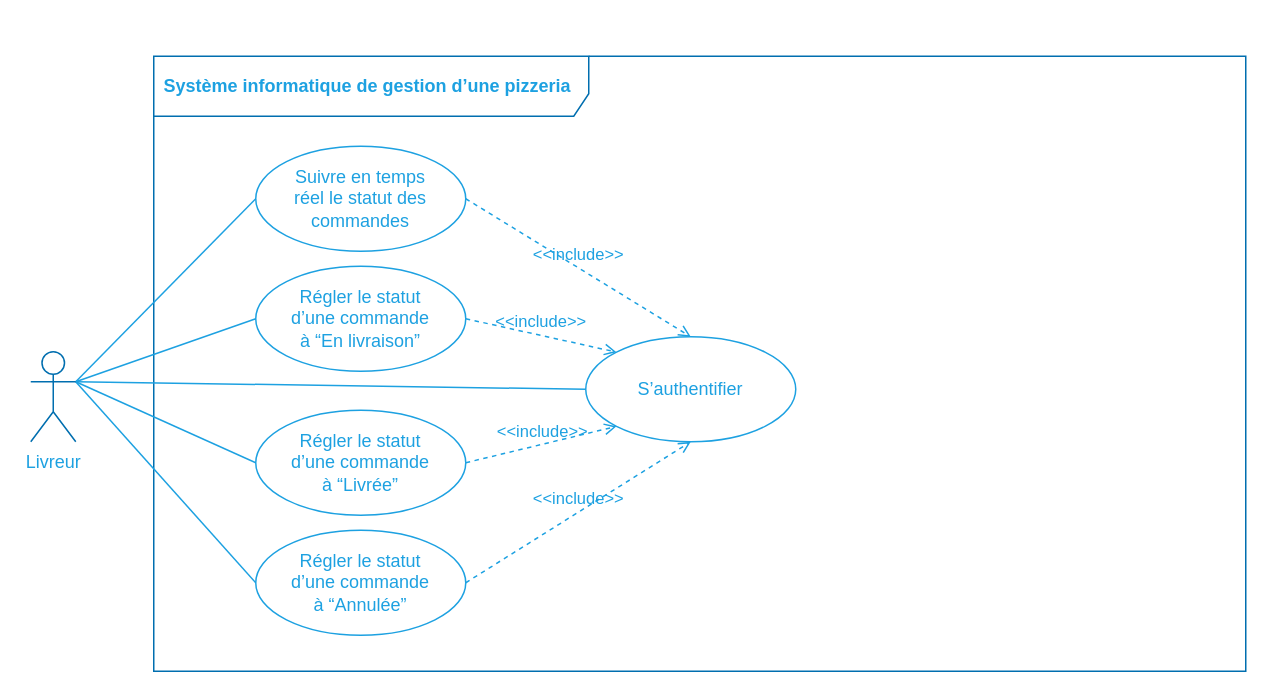
Before: img/figure_use-case-diagram-delivery-man.dio in centvingt/OCPizzaRedaction, a draw.io diagram. Source tidied: cells renumbered, new cells numbered last; positions are measured from the earlier drawing's top-left corner, leaving out a move shared by most shapes. Both pictures are drawn from the tidied source at 150%, with x=0, y=0 at pixel (30, 56).
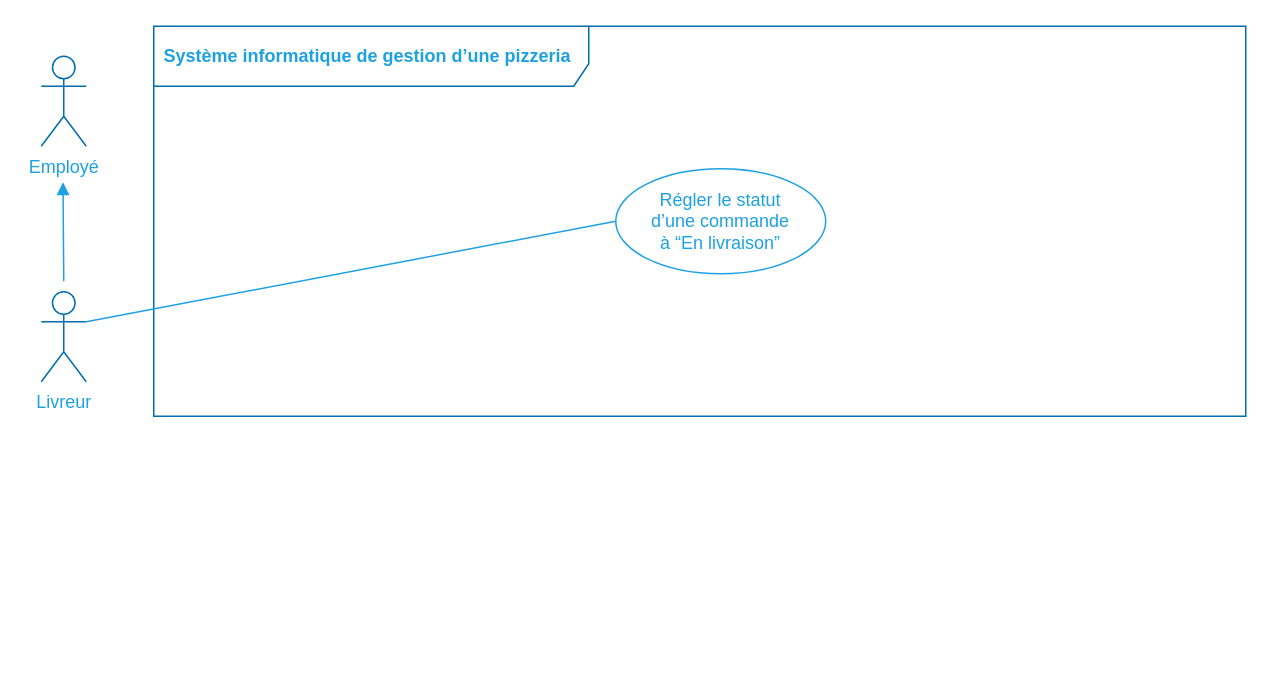
After the change.

What changed in the source:
```diff
@@
 <mxGraphModel>
   <root>
     <mxCell id="0" />
-    <mxCell id="1" parent="0" />
+    <mxCell id="17" parent="0" />
+    <mxCell id="18" value="&lt;font color=&quot;#1da1e1&quot;&gt;Livreur&lt;br&gt;&lt;/font&gt;" style="shape=umlActor;verticalLabelPosition=bottom;verticalAlign=top;html=1;strokeColor=#006EAF;fontColor=#ffffff;fillColor=none;" parent="17" vertex="1">
+      <mxGeometry x="7" y="157" width="30" height="60" as="geometry" />
+    </mxCell>
-    <mxCell id="2" value="&lt;font color=&quot;#1da1e1&quot;&gt;Système informatique de gestion d’une pizzeria&lt;/font&gt;" style="shape=umlFrame;whiteSpace=wrap;html=1;width=290;height=40;boundedLbl=1;verticalAlign=middle;align=left;spacingLeft=5;strokeColor=#006EAF;fontColor=#ffffff;fillColor=none;fontStyle=1;" parent="1" vertex="1">
-      <mxGeometry x="82" width="728" height="410" as="geometry" />
+    <mxCell id="2" value="&lt;font color=&quot;#1da1e1&quot;&gt;Système informatique de gestion d’une pizzeria&lt;/font&gt;" style="shape=umlFrame;whiteSpace=wrap;html=1;width=290;height=40;boundedLbl=1;verticalAlign=middle;align=left;spacingLeft=5;strokeColor=#006EAF;fontColor=#ffffff;fillColor=none;fontStyle=1;" parent="17" vertex="1">
+      <mxGeometry x="82" y="-20" width="728" height="260" as="geometry" />
     </mxCell>
-    <mxCell id="3" style="rounded=0;jettySize=auto;html=1;exitX=0;exitY=0.5;exitDx=0;exitDy=0;entryX=1;entryY=0.3333333333333333;entryDx=0;entryDy=0;entryPerimeter=0;endArrow=none;endFill=0;strokeColor=#1DA1E1;" parent="1" edge="1" source="4" target="18">
-      <mxGeometry relative="1" as="geometry" />
-    </mxCell>
-    <mxCell id="4" value="&lt;font color=&quot;#1da1e1&quot;&gt;S’authentifier&lt;/font&gt;" style="ellipse;whiteSpace=wrap;html=1;fillColor=none;strokeColor=#1DA1E1;" parent="1" vertex="1">
-      <mxGeometry x="370" y="187" width="140" height="70" as="geometry" />
-    </mxCell>
-    <mxCell id="5" style="edgeStyle=none;rounded=0;jettySize=auto;html=1;exitX=0;exitY=0.5;exitDx=0;exitDy=0;entryX=1;entryY=0.3333333333333333;entryDx=0;entryDy=0;entryPerimeter=0;endArrow=none;endFill=0;strokeColor=#1DA1E1;" parent="1" edge="1" source="6" target="18">
-      <mxGeometry relative="1" as="geometry" />
-    </mxCell>
-    <mxCell id="6" value="&lt;font color=&quot;#1da1e1&quot;&gt;Suivre en temps &lt;br&gt;réel le statut des commandes&lt;/font&gt;" style="ellipse;whiteSpace=wrap;html=1;fillColor=none;strokeColor=#1DA1E1;" parent="1" vertex="1">
-      <mxGeometry x="150" y="60" width="140" height="70" as="geometry" />
-    </mxCell>
-    <mxCell id="7" style="edgeStyle=none;rounded=0;jettySize=auto;html=1;exitX=0;exitY=0.5;exitDx=0;exitDy=0;entryX=1;entryY=0.3333333333333333;entryDx=0;entryDy=0;entryPerimeter=0;endArrow=none;endFill=0;strokeColor=#1DA1E1;" parent="1" edge="1" source="8" target="18">
+    <mxCell id="7" style="edgeStyle=none;rounded=0;jettySize=auto;html=1;exitX=0;exitY=0.5;exitDx=0;exitDy=0;endArrow=none;endFill=0;strokeColor=#1DA1E1;entryX=1;entryY=0.3333333333333333;entryDx=0;entryDy=0;entryPerimeter=0;" parent="17" edge="1" source="8" target="18">
       <mxGeometry relative="1" as="geometry" />
     </mxCell>
-    <mxCell id="8" value="&lt;font color=&quot;#1da1e1&quot;&gt;Régler le statut &lt;br&gt;d’une commande &lt;br&gt;à “En livraison”&lt;/font&gt;" style="ellipse;whiteSpace=wrap;html=1;fillColor=none;strokeColor=#1DA1E1;" parent="1" vertex="1">
-      <mxGeometry x="150" y="140" width="140" height="70" as="geometry" />
+    <mxCell id="8" value="&lt;font color=&quot;#1da1e1&quot;&gt;Régler le statut &lt;br&gt;d’une commande &lt;br&gt;à “En livraison”&lt;/font&gt;" style="ellipse;whiteSpace=wrap;html=1;fillColor=none;strokeColor=#1DA1E1;" parent="17" vertex="1">
+      <mxGeometry x="390" y="75" width="140" height="70" as="geometry" />
     </mxCell>
-    <mxCell id="9" style="edgeStyle=none;rounded=0;jettySize=auto;html=1;exitX=0;exitY=0.5;exitDx=0;exitDy=0;entryX=1;entryY=0.3333333333333333;entryDx=0;entryDy=0;entryPerimeter=0;endArrow=none;endFill=0;strokeColor=#1DA1E1;" parent="1" edge="1" source="10" target="18">
-      <mxGeometry relative="1" as="geometry" />
-    </mxCell>
-    <mxCell id="10" value="&lt;font color=&quot;#1da1e1&quot;&gt;Régler le statut &lt;br&gt;d’une commande &lt;br&gt;à “Livrée”&lt;/font&gt;" style="ellipse;whiteSpace=wrap;html=1;fillColor=none;strokeColor=#1DA1E1;" parent="1" vertex="1">
-      <mxGeometry x="150" y="236" width="140" height="70" as="geometry" />
-    </mxCell>
-    <mxCell id="11" style="edgeStyle=none;rounded=0;jettySize=auto;html=1;exitX=0;exitY=0.5;exitDx=0;exitDy=0;entryX=1;entryY=0.3333333333333333;entryDx=0;entryDy=0;entryPerimeter=0;endArrow=none;endFill=0;strokeColor=#1DA1E1;" parent="1" edge="1" source="12" target="18">
-      <mxGeometry relative="1" as="geometry" />
-    </mxCell>
-    <mxCell id="12" value="&lt;font color=&quot;#1da1e1&quot;&gt;Régler le statut &lt;br&gt;d’une commande &lt;br&gt;à “Annulée”&lt;/font&gt;" style="ellipse;whiteSpace=wrap;html=1;fillColor=none;strokeColor=#1DA1E1;" parent="1" vertex="1">
-      <mxGeometry x="150" y="316" width="140" height="70" as="geometry" />
-    </mxCell>
-    <mxCell id="13" value="&lt;font color=&quot;#1da1e1&quot;&gt;&amp;lt;&amp;lt;include&amp;gt;&amp;gt;&lt;/font&gt;" style="html=1;verticalAlign=bottom;labelBackgroundColor=none;endArrow=open;endFill=0;dashed=1;strokeColor=#1DA1E1;exitX=1;exitY=0.5;exitDx=0;exitDy=0;entryX=0.5;entryY=0;entryDx=0;entryDy=0;" parent="1" edge="1" source="6" target="4">
-      <mxGeometry relative="1" as="geometry" />
-    </mxCell>
-    <mxCell id="14" value="&lt;font color=&quot;#1da1e1&quot;&gt;&amp;lt;&amp;lt;include&amp;gt;&amp;gt;&lt;/font&gt;" style="html=1;verticalAlign=bottom;labelBackgroundColor=none;endArrow=open;endFill=0;dashed=1;strokeColor=#1DA1E1;exitX=1;exitY=0.5;exitDx=0;exitDy=0;entryX=0;entryY=0;entryDx=0;entryDy=0;" parent="1" edge="1" source="8" target="4">
-      <mxGeometry relative="1" as="geometry" />
-    </mxCell>
-    <mxCell id="15" value="&lt;font color=&quot;#1da1e1&quot;&gt;&amp;lt;&amp;lt;include&amp;gt;&amp;gt;&lt;/font&gt;" style="html=1;verticalAlign=bottom;labelBackgroundColor=none;endArrow=open;endFill=0;dashed=1;strokeColor=#1DA1E1;exitX=1;exitY=0.5;exitDx=0;exitDy=0;entryX=0;entryY=1;entryDx=0;entryDy=0;" parent="1" edge="1" source="10" target="4">
-      <mxGeometry relative="1" as="geometry" />
-    </mxCell>
-    <mxCell id="16" value="&lt;font color=&quot;#1da1e1&quot;&gt;&amp;lt;&amp;lt;include&amp;gt;&amp;gt;&lt;/font&gt;" style="html=1;verticalAlign=bottom;labelBackgroundColor=none;endArrow=open;endFill=0;dashed=1;strokeColor=#1DA1E1;exitX=1;exitY=0.5;exitDx=0;exitDy=0;entryX=0.5;entryY=1;entryDx=0;entryDy=0;" parent="1" edge="1" source="12" target="4">
-      <mxGeometry relative="1" as="geometry" />
-    </mxCell>
-    <mxCell id="17" parent="0" />
-    <mxCell id="18" value="&lt;font color=&quot;#1da1e1&quot;&gt;Livreur&lt;br&gt;&lt;/font&gt;" style="shape=umlActor;verticalLabelPosition=bottom;verticalAlign=top;html=1;strokeColor=#006EAF;fontColor=#ffffff;fillColor=none;" parent="17" vertex="1">
-      <mxGeometry y="197" width="30" height="60" as="geometry" />
-    </mxCell>
+    <mxCell id="19" value="&lt;font color=&quot;#1da1e1&quot;&gt;Employé&lt;br&gt;&lt;/font&gt;" style="shape=umlActor;verticalLabelPosition=bottom;verticalAlign=top;html=1;strokeColor=#006EAF;fontColor=#ffffff;fillColor=none;" parent="17" vertex="1">
+      <mxGeometry x="7" width="30" height="60" as="geometry" />
+    </mxCell>
+    <mxCell id="20" style="edgeStyle=none;rounded=0;orthogonalLoop=1;jettySize=auto;html=1;endArrow=none;endFill=0;strokeColor=#1DA1E1;startArrow=block;startFill=1;" parent="17" edge="1">
+      <mxGeometry relative="1" as="geometry">
+        <mxPoint x="21.5" y="84" as="sourcePoint" />
+        <mxPoint x="22" y="150" as="targetPoint" />
+      </mxGeometry>
+    </mxCell>
   </root>
 </mxGraphModel>
```
